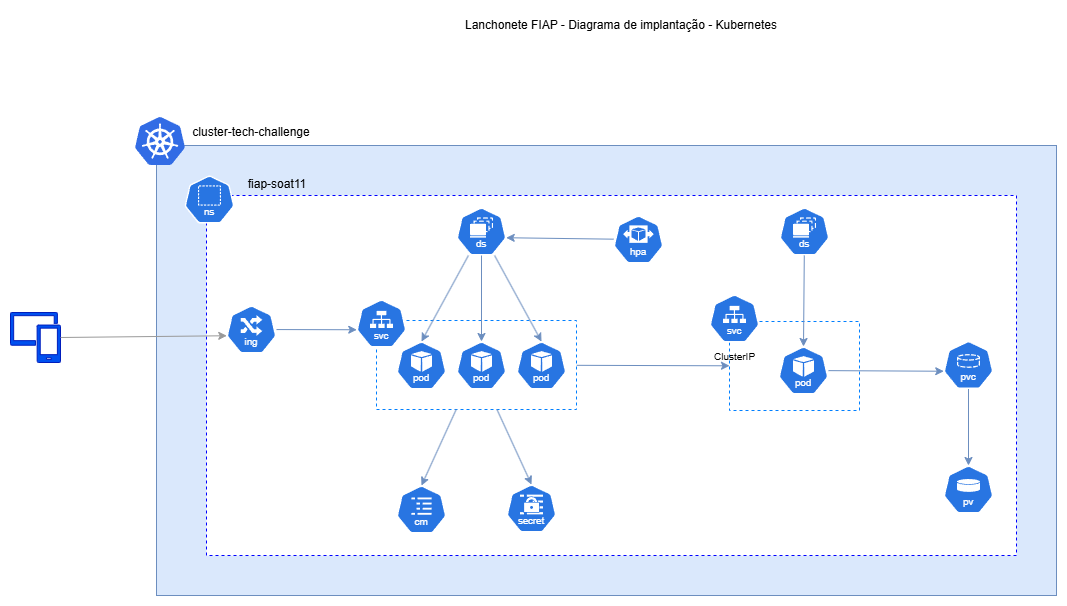
Above: fase2/docs/K8S.png in fiap-soat11/.github (draw.io), before the change. Source tidied: cells renumbered, new cells last; positions are measured from the earlier drawing's top-left corner, leaving out a move shared by most shapes.
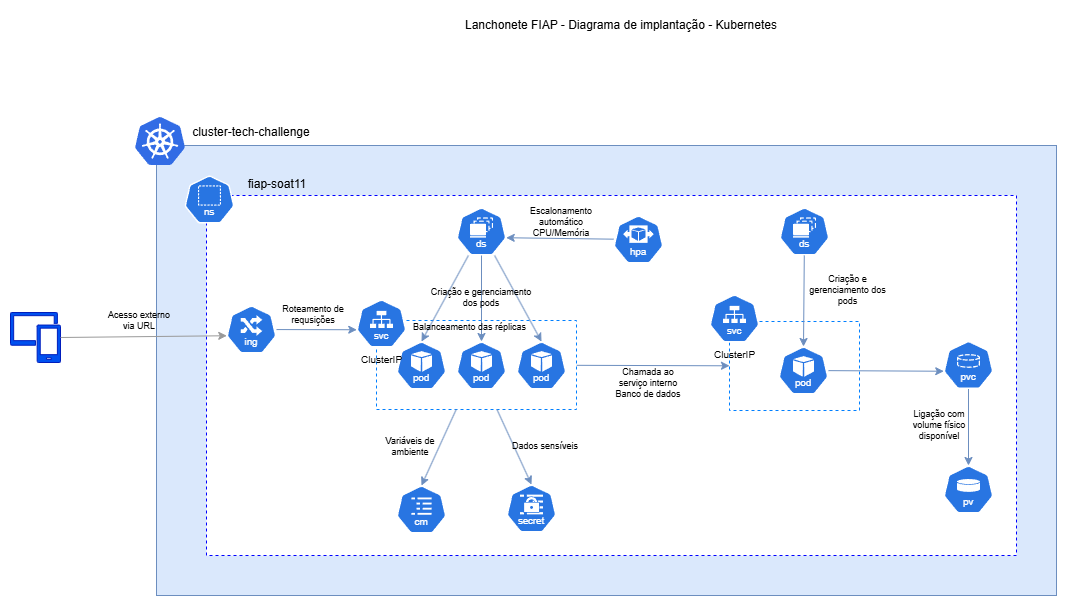
The same file after the commit.

Commit message:
Ajustes diagrama Devops e Kubernetes

Diff of the diagram source:
```diff
@@ -38,9 +38,6 @@
     <mxCell id="13" style="rounded=0;whiteSpace=wrap;html=1;dashed=1;strokeColor=#007FFF;" parent="1" vertex="1">
       <mxGeometry x="366" y="310" width="200" height="89" as="geometry" />
     </mxCell>
-    <mxCell id="14" style="sketch=0;html=1;dashed=0;whitespace=wrap;verticalLabelPosition=bottom;verticalAlign=top;fillColor=#2875E2;strokeColor=#ffffff;points=[[0.005,0.63,0],[0.1,0.2,0],[0.9,0.2,0],[0.5,0,0],[0.995,0.63,0],[0.72,0.99,0],[0.5,1,0],[0.28,0.99,0]];shape=mxgraph.kubernetes.icon2;kubernetesLabel=1;prIcon=svc;" parent="1" vertex="1">
-      <mxGeometry x="346" y="289" width="50" height="48" as="geometry" />
-    </mxCell>
     <mxCell id="15" style="sketch=0;html=1;dashed=0;whitespace=wrap;verticalLabelPosition=bottom;verticalAlign=top;fillColor=#2875E2;strokeColor=#ffffff;points=[[0.005,0.63,0],[0.1,0.2,0],[0.9,0.2,0],[0.5,0,0],[0.995,0.63,0],[0.72,0.99,0],[0.5,1,0],[0.28,0.99,0]];shape=mxgraph.kubernetes.icon2;kubernetesLabel=1;prIcon=pod;" parent="1" vertex="1">
       <mxGeometry x="386" y="331" width="50" height="48" as="geometry" />
     </mxCell>
@@ -65,7 +62,7 @@
     <mxCell id="22" style="sketch=0;html=1;dashed=0;whitespace=wrap;verticalLabelPosition=bottom;verticalAlign=top;fillColor=#2875E2;strokeColor=#ffffff;points=[[0.005,0.63,0],[0.1,0.2,0],[0.9,0.2,0],[0.5,0,0],[0.995,0.63,0],[0.72,0.99,0],[0.5,1,0],[0.28,0.99,0]];shape=mxgraph.kubernetes.icon2;kubernetesLabel=1;prIcon=pod;" parent="1" vertex="1">
       <mxGeometry x="768" y="336" width="50" height="48" as="geometry" />
     </mxCell>
-    <mxCell id="23" value="&lt;font style=&quot;font-size: 10px;&quot;&gt;ClusterIP&lt;/font&gt;" style="sketch=0;html=1;dashed=0;whitespace=wrap;verticalLabelPosition=bottom;verticalAlign=top;fillColor=#2875E2;strokeColor=#ffffff;shape=mxgraph.kubernetes.icon2;kubernetesLabel=1;prIcon=svc;" parent="1" vertex="1">
+    <mxCell id="23" value="&lt;font&gt;ClusterIP&lt;/font&gt;" style="sketch=0;html=1;dashed=0;whitespace=wrap;verticalLabelPosition=bottom;verticalAlign=top;fillColor=#2875E2;strokeColor=#ffffff;shape=mxgraph.kubernetes.icon2;kubernetesLabel=1;prIcon=svc;fontSize=10;" parent="1" vertex="1">
       <mxGeometry x="699" y="284" width="50" height="48" as="geometry" />
     </mxCell>
     <mxCell id="24" style="sketch=0;html=1;dashed=0;whitespace=wrap;verticalLabelPosition=bottom;verticalAlign=top;fillColor=#2875E2;strokeColor=#ffffff;points=[[0.005,0.63,0],[0.1,0.2,0],[0.9,0.2,0],[0.5,0,0],[0.995,0.63,0],[0.72,0.99,0],[0.5,1,0],[0.28,0.99,0]];shape=mxgraph.kubernetes.icon2;kubernetesLabel=1;prIcon=ds;" parent="1" vertex="1">
@@ -110,5 +107,38 @@
     <mxCell id="37" style="edgeStyle=none;html=1;exitX=1;exitY=0.5;exitDx=0;exitDy=0;exitPerimeter=0;fillColor=#0050ef;strokeColor=#999999;entryX=0.005;entryY=0.63;entryDx=0;entryDy=0;entryPerimeter=0;" parent="1" edge="1" source="36" target="10">
       <mxGeometry relative="1" as="geometry" />
     </mxCell>
+    <mxCell id="14" value="ClusterIP" style="sketch=0;html=1;dashed=0;whitespace=wrap;verticalLabelPosition=bottom;verticalAlign=top;fillColor=#2875E2;strokeColor=#ffffff;points=[[0.005,0.63,0],[0.1,0.2,0],[0.9,0.2,0],[0.5,0,0],[0.995,0.63,0],[0.72,0.99,0],[0.5,1,0],[0.28,0.99,0]];shape=mxgraph.kubernetes.icon2;kubernetesLabel=1;prIcon=svc;fontSize=10;" parent="1" vertex="1">
+      <mxGeometry x="346" y="289" width="50" height="48" as="geometry" />
+    </mxCell>
+    <mxCell id="38" value="Roteamento de requsições" style="text;html=1;align=center;verticalAlign=middle;whiteSpace=wrap;rounded=0;fontSize=9;" parent="1" vertex="1">
+      <mxGeometry x="266" y="289" width="74" height="30" as="geometry" />
+    </mxCell>
+    <mxCell id="39" value="Escalonamento automático&lt;div&gt;CPU/Memória&lt;/div&gt;" style="text;html=1;align=center;verticalAlign=middle;whiteSpace=wrap;rounded=0;fontSize=9;" parent="1" vertex="1">
+      <mxGeometry x="496" y="197" width="110" height="30" as="geometry" />
+    </mxCell>
+    <mxCell id="40" value="Criação e gerenciamento dos pods" style="text;html=1;align=center;verticalAlign=middle;whiteSpace=wrap;rounded=0;fontSize=9;" parent="1" vertex="1">
+      <mxGeometry x="416" y="272" width="110" height="30" as="geometry" />
+    </mxCell>
+    <mxCell id="41" value="Variáveis de ambiente" style="text;html=1;align=center;verticalAlign=middle;whiteSpace=wrap;rounded=0;fontSize=9;" parent="1" vertex="1">
+      <mxGeometry x="361" y="421" width="78" height="30" as="geometry" />
+    </mxCell>
+    <mxCell id="42" value="Dados sensíveis" style="text;html=1;align=center;verticalAlign=middle;whiteSpace=wrap;rounded=0;fontSize=9;" parent="1" vertex="1">
+      <mxGeometry x="496" y="421" width="78" height="30" as="geometry" />
+    </mxCell>
+    <mxCell id="43" value="Chamada ao serviço interno&lt;div&gt;Banco de dados&lt;/div&gt;" style="text;html=1;align=center;verticalAlign=middle;whiteSpace=wrap;rounded=0;fontSize=9;" parent="1" vertex="1">
+      <mxGeometry x="599" y="358" width="78" height="30" as="geometry" />
+    </mxCell>
+    <mxCell id="44" value="Ligação com volume físico disponível" style="text;html=1;align=center;verticalAlign=middle;whiteSpace=wrap;rounded=0;fontSize=9;" parent="1" vertex="1">
+      <mxGeometry x="890" y="400" width="78" height="30" as="geometry" />
+    </mxCell>
+    <mxCell id="45" value="Criação e gerenciamento dos pods" style="text;html=1;align=center;verticalAlign=middle;whiteSpace=wrap;rounded=0;fontSize=9;" parent="1" vertex="1">
+      <mxGeometry x="796" y="265" width="83" height="30" as="geometry" />
+    </mxCell>
+    <mxCell id="46" value="Balanceamento das réplicas" style="text;html=1;align=center;verticalAlign=middle;whiteSpace=wrap;rounded=0;fontSize=9;" parent="1" vertex="1">
+      <mxGeometry x="381" y="302" width="157" height="30" as="geometry" />
+    </mxCell>
+    <mxCell id="47" value="Acesso externo via URL" style="text;html=1;align=center;verticalAlign=middle;whiteSpace=wrap;rounded=0;fontSize=9;" parent="1" vertex="1">
+      <mxGeometry x="92" y="295" width="74" height="30" as="geometry" />
+    </mxCell>
   </root>
 </mxGraphModel>
```
